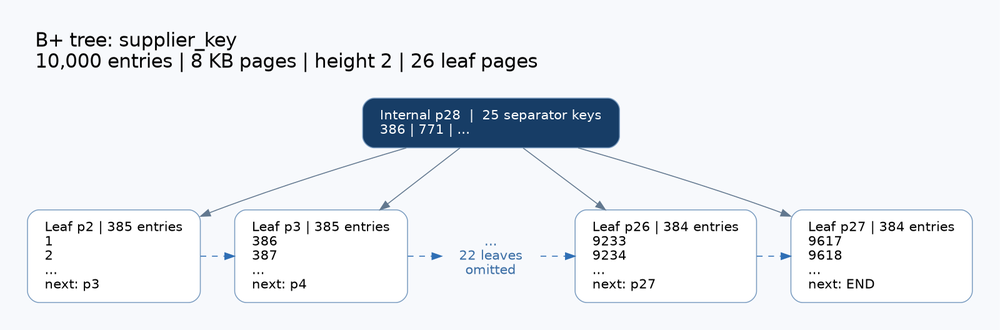
HuanCheng65/MiniDB keeps this Graphviz diagram as doc/exp2-evidence/supplier_key.png. Above is the earlier version. Its source is kept beside it as doc/exp2-evidence/supplier_key.dot.
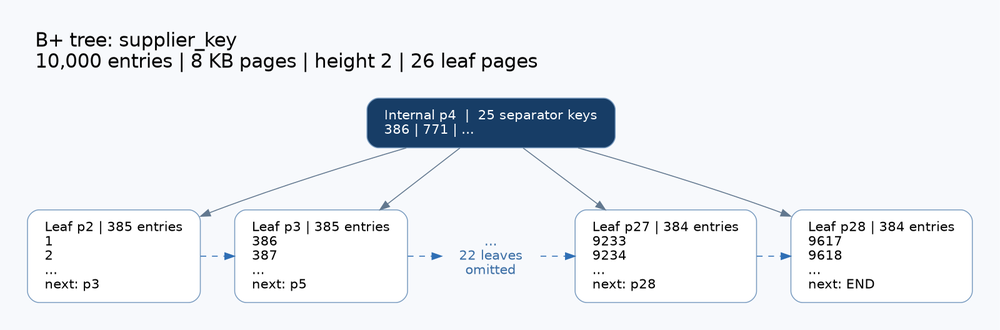
Above is the later version.

What changed in the source:
```diff
@@ -1,82 +1,82 @@
 digraph BPlusTree {
   rankdir=TB;
   node [shape=box, fontname="monospace"];
-  p28 [label="Internal p28 (25 keys)\n386 @73:8\n771 @81:14\n1156 @89:20\n1541 @97:27\n1926 @105:35\n2311 @113:37\n..."];
-  p28 -> p2;
-  p28 -> p3;
-  p28 -> p4;
-  p28 -> p5;
-  p28 -> p6;
-  p28 -> p7;
-  p28 -> p8;
-  p28 -> p9;
-  p28 -> p10;
-  p28 -> p11;
-  p28 -> p12;
-  p28 -> p13;
-  p28 -> p14;
-  p28 -> p15;
-  p28 -> p16;
-  p28 -> p17;
-  p28 -> p18;
-  p28 -> p19;
-  p28 -> p20;
-  p28 -> p21;
-  p28 -> p22;
-  p28 -> p23;
-  p28 -> p24;
-  p28 -> p25;
-  p28 -> p26;
-  p28 -> p27;
+  p4 [label="Internal p4 (25 keys)\n386 @73:8\n771 @81:14\n1156 @89:20\n1541 @97:27\n1926 @105:35\n2311 @113:37\n..."];
+  p4 -> p2;
+  p4 -> p3;
+  p4 -> p5;
+  p4 -> p6;
+  p4 -> p7;
+  p4 -> p8;
+  p4 -> p9;
+  p4 -> p10;
+  p4 -> p11;
+  p4 -> p12;
+  p4 -> p13;
+  p4 -> p14;
+  p4 -> p15;
+  p4 -> p16;
+  p4 -> p17;
+  p4 -> p18;
+  p4 -> p19;
+  p4 -> p20;
+  p4 -> p21;
+  p4 -> p22;
+  p4 -> p23;
+  p4 -> p24;
+  p4 -> p25;
+  p4 -> p26;
+  p4 -> p27;
+  p4 -> p28;
   p2 [label="Leaf p2 (385 keys)\n1 @65:0\n2 @65:1\n3 @65:2\n4 @65:3\n5 @65:4\n6 @65:5\n..."];
   p2 -> p3 [style=dashed, color=blue, constraint=false];
   p3 [label="Leaf p3 (385 keys)\n386 @73:8\n387 @73:9\n388 @73:10\n389 @73:11\n390 @73:12\n391 @73:13\n..."];
-  p3 -> p4 [style=dashed, color=blue, constraint=false];
-  p4 [label="Leaf p4 (385 keys)\n771 @81:14\n772 @81:15\n773 @81:16\n774 @81:17\n775 @81:18\n776 @81:19\n..."];
-  p4 -> p5 [style=dashed, color=blue, constraint=false];
-  p5 [label="Leaf p5 (385 keys)\n1156 @89:20\n1157 @89:21\n1158 @89:22\n1159 @89:23\n1160 @89:24\n1161 @89:25\n..."];
+  p3 -> p5 [style=dashed, color=blue, constraint=false];
+  p5 [label="Leaf p5 (385 keys)\n771 @81:14\n772 @81:15\n773 @81:16\n774 @81:17\n775 @81:18\n776 @81:19\n..."];
   p5 -> p6 [style=dashed, color=blue, constraint=false];
-  p6 [label="Leaf p6 (385 keys)\n1541 @97:27\n1542 @97:28\n1543 @97:29\n1544 @97:30\n1545 @97:31\n1546 @97:32\n..."];
+  p6 [label="Leaf p6 (385 keys)\n1156 @89:20\n1157 @89:21\n1158 @89:22\n1159 @89:23\n1160 @89:24\n1161 @89:25\n..."];
   p6 -> p7 [style=dashed, color=blue, constraint=false];
-  p7 [label="Leaf p7 (385 keys)\n1926 @105:35\n1927 @105:36\n1928 @105:37\n1929 @105:38\n1930 @105:39\n1931 @105:40\n..."];
+  p7 [label="Leaf p7 (385 keys)\n1541 @97:27\n1542 @97:28\n1543 @97:29\n1544 @97:30\n1545 @97:31\n1546 @97:32\n..."];
   p7 -> p8 [style=dashed, color=blue, constraint=false];
-  p8 [label="Leaf p8 (385 keys)\n2311 @113:37\n2312 @113:38\n2313 @113:39\n2314 @113:40\n2315 @113:41\n2316 @113:42\n..."];
+  p8 [label="Leaf p8 (385 keys)\n1926 @105:35\n1927 @105:36\n1928 @105:37\n1929 @105:38\n1930 @105:39\n1931 @105:40\n..."];
   p8 -> p9 [style=dashed, color=blue, constraint=false];
-  p9 [label="Leaf p9 (385 keys)\n2696 @121:43\n2697 @121:44\n2698 @121:45\n2699 @122:0\n2700 @122:1\n2701 @122:2\n..."];
+  p9 [label="Leaf p9 (385 keys)\n2311 @113:37\n2312 @113:38\n2313 @113:39\n2314 @113:40\n2315 @113:41\n2316 @113:42\n..."];
   p9 -> p10 [style=dashed, color=blue, constraint=false];
-  p10 [label="Leaf p10 (385 keys)\n3081 @130:5\n3082 @130:6\n3083 @130:7\n3084 @130:8\n3085 @130:9\n3086 @130:10\n..."];
+  p10 [label="Leaf p10 (385 keys)\n2696 @121:43\n2697 @121:44\n2698 @121:45\n2699 @122:0\n2700 @122:1\n2701 @122:2\n..."];
   p10 -> p11 [style=dashed, color=blue, constraint=false];
-  p11 [label="Leaf p11 (385 keys)\n3466 @138:14\n3467 @138:15\n3468 @138:16\n3469 @138:17\n3470 @138:18\n3471 @138:19\n..."];
+  p11 [label="Leaf p11 (385 keys)\n3081 @130:5\n3082 @130:6\n3083 @130:7\n3084 @130:8\n3085 @130:9\n3086 @130:10\n..."];
   p11 -> p12 [style=dashed, color=blue, constraint=false];
-  p12 [label="Leaf p12 (385 keys)\n3851 @146:23\n3852 @146:24\n3853 @146:25\n3854 @146:26\n3855 @146:27\n3856 @146:28\n..."];
+  p12 [label="Leaf p12 (385 keys)\n3466 @138:14\n3467 @138:15\n3468 @138:16\n3469 @138:17\n3470 @138:18\n3471 @138:19\n..."];
   p12 -> p13 [style=dashed, color=blue, constraint=false];
-  p13 [label="Leaf p13 (385 keys)\n4236 @154:33\n4237 @154:34\n4238 @154:35\n4239 @154:36\n4240 @154:37\n4241 @154:38\n..."];
+  p13 [label="Leaf p13 (385 keys)\n3851 @146:23\n3852 @146:24\n3853 @146:25\n3854 @146:26\n3855 @146:27\n3856 @146:28\n..."];
   p13 -> p14 [style=dashed, color=blue, constraint=false];
-  p14 [label="Leaf p14 (385 keys)\n4621 @162:38\n4622 @162:39\n4623 @162:40\n4624 @162:41\n4625 @162:42\n4626 @162:43\n..."];
+  p14 [label="Leaf p14 (385 keys)\n4236 @154:33\n4237 @154:34\n4238 @154:35\n4239 @154:36\n4240 @154:37\n4241 @154:38\n..."];
   p14 -> p15 [style=dashed, color=blue, constraint=false];
-  p15 [label="Leaf p15 (385 keys)\n5006 @170:43\n5007 @170:44\n5008 @170:45\n5009 @170:46\n5010 @171:0\n5011 @171:1\n..."];
+  p15 [label="Leaf p15 (385 keys)\n4621 @162:38\n4622 @162:39\n4623 @162:40\n4624 @162:41\n4625 @162:42\n4626 @162:43\n..."];
   p15 -> p16 [style=dashed, color=blue, constraint=false];
-  p16 [label="Leaf p16 (385 keys)\n5391 @179:4\n5392 @179:5\n5393 @179:6\n5394 @179:7\n5395 @179:8\n5396 @179:9\n..."];
+  p16 [label="Leaf p16 (385 keys)\n5006 @170:43\n5007 @170:44\n5008 @170:45\n5009 @170:46\n5010 @171:0\n5011 @171:1\n..."];
   p16 -> p17 [style=dashed, color=blue, constraint=false];
-  p17 [label="Leaf p17 (385 keys)\n5776 @187:11\n5777 @187:12\n5778 @187:13\n5779 @187:14\n5780 @187:15\n5781 @187:16\n..."];
+  p17 [label="Leaf p17 (385 keys)\n5391 @179:4\n5392 @179:5\n5393 @179:6\n5394 @179:7\n5395 @179:8\n5396 @179:9\n..."];
   p17 -> p18 [style=dashed, color=blue, constraint=false];
-  p18 [label="Leaf p18 (384 keys)\n6161 @195:14\n6162 @195:15\n6163 @195:16\n6164 @195:17\n6165 @195:18\n6166 @195:19\n..."];
+  p18 [label="Leaf p18 (385 keys)\n5776 @187:11\n5777 @187:12\n5778 @187:13\n5779 @187:14\n5780 @187:15\n5781 @187:16\n..."];
   p18 -> p19 [style=dashed, color=blue, constraint=false];
-  p19 [label="Leaf p19 (384 keys)\n6545 @203:20\n6546 @203:21\n6547 @203:22\n6548 @203:23\n6549 @203:24\n6550 @203:25\n..."];
+  p19 [label="Leaf p19 (384 keys)\n6161 @195:14\n6162 @195:15\n6163 @195:16\n6164 @195:17\n6165 @195:18\n6166 @195:19\n..."];
   p19 -> p20 [style=dashed, color=blue, constraint=false];
-  p20 [label="Leaf p20 (384 keys)\n6929 @211:25\n6930 @211:26\n6931 @211:27\n6932 @211:28\n6933 @211:29\n6934 @211:30\n..."];
+  p20 [label="Leaf p20 (384 keys)\n6545 @203:20\n6546 @203:21\n6547 @203:22\n6548 @203:23\n6549 @203:24\n6550 @203:25\n..."];
   p20 -> p21 [style=dashed, color=blue, constraint=false];
-  p21 [label="Leaf p21 (384 keys)\n7313 @219:33\n7314 @219:34\n7315 @219:35\n7316 @219:36\n7317 @219:37\n7318 @219:38\n..."];
+  p21 [label="Leaf p21 (384 keys)\n6929 @211:25\n6930 @211:26\n6931 @211:27\n6932 @211:28\n6933 @211:29\n6934 @211:30\n..."];
   p21 -> p22 [style=dashed, color=blue, constraint=false];
-  p22 [label="Leaf p22 (384 keys)\n7697 @227:39\n7698 @227:40\n7699 @227:41\n7700 @227:42\n7701 @227:43\n7702 @227:44\n..."];
+  p22 [label="Leaf p22 (384 keys)\n7313 @219:33\n7314 @219:34\n7315 @219:35\n7316 @219:36\n7317 @219:37\n7318 @219:38\n..."];
   p22 -> p23 [style=dashed, color=blue, constraint=false];
-  p23 [label="Leaf p23 (384 keys)\n8081 @235:46\n8082 @235:47\n8083 @235:48\n8084 @222:45\n8085 @236:0\n8086 @236:1\n..."];
+  p23 [label="Leaf p23 (384 keys)\n7697 @227:39\n7698 @227:40\n7699 @227:41\n7700 @227:42\n7701 @227:43\n7702 @227:44\n..."];
   p23 -> p24 [style=dashed, color=blue, constraint=false];
-  p24 [label="Leaf p24 (384 keys)\n8465 @243:44\n8466 @243:45\n8467 @243:46\n8468 @243:47\n8469 @244:0\n8470 @244:1\n..."];
+  p24 [label="Leaf p24 (384 keys)\n8081 @235:46\n8082 @235:47\n8083 @235:48\n8084 @222:45\n8085 @236:0\n8086 @236:1\n..."];
   p24 -> p25 [style=dashed, color=blue, constraint=false];
-  p25 [label="Leaf p25 (384 keys)\n8849 @252:0\n8850 @252:1\n8851 @252:2\n8852 @252:3\n8853 @252:4\n8854 @252:5\n..."];
+  p25 [label="Leaf p25 (384 keys)\n8465 @243:44\n8466 @243:45\n8467 @243:46\n8468 @243:47\n8469 @244:0\n8470 @244:1\n..."];
   p25 -> p26 [style=dashed, color=blue, constraint=false];
-  p26 [label="Leaf p26 (384 keys)\n9233 @260:11\n9234 @260:12\n9235 @260:13\n9236 @260:14\n9237 @260:15\n9238 @260:16\n..."];
+  p26 [label="Leaf p26 (384 keys)\n8849 @252:0\n8850 @252:1\n8851 @252:2\n8852 @252:3\n8853 @252:4\n8854 @252:5\n..."];
   p26 -> p27 [style=dashed, color=blue, constraint=false];
-  p27 [label="Leaf p27 (384 keys)\n9617 @268:10\n9618 @268:11\n9619 @268:12\n9620 @268:13\n9621 @268:14\n9622 @268:15\n..."];
+  p27 [label="Leaf p27 (384 keys)\n9233 @260:11\n9234 @260:12\n9235 @260:13\n9236 @260:14\n9237 @260:15\n9238 @260:16\n..."];
+  p27 -> p28 [style=dashed, color=blue, constraint=false];
+  p28 [label="Leaf p28 (384 keys)\n9617 @268:10\n9618 @268:11\n9619 @268:12\n9620 @268:13\n9621 @268:14\n9622 @268:15\n..."];
 }
```
